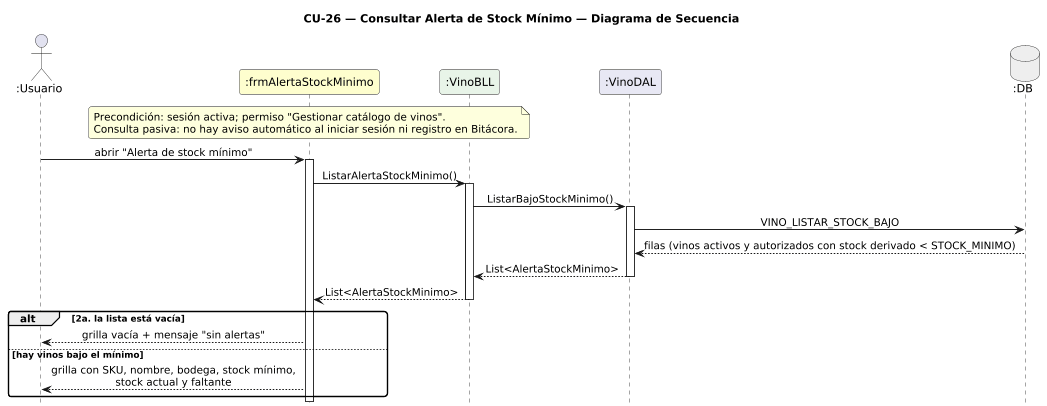
Jesifu/club-de-vinos-td keeps this PlantUML diagram as DIAGRAMAS/DiagramaSecuencia_CU26_ConsultarAlertaStockMinimo.png. Above is the earlier version. Its source is kept beside it as DIAGRAMAS/DiagramaSecuencia_CU26_ConsultarAlertaStockMinimo.puml.
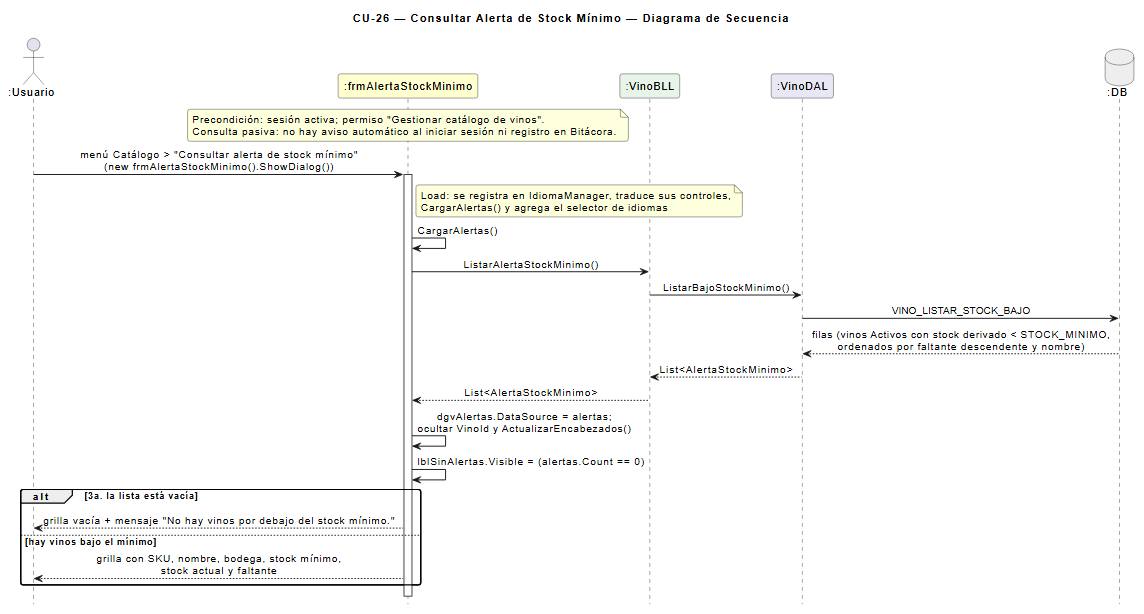
After the commit.

What changed in the source:
```diff
@@ -20,21 +20,25 @@
   Consulta pasiva: no hay aviso automático al iniciar sesión ni registro en Bitácora.
 end note
 
-U -> FA : abrir "Alerta de stock mínimo"
+U -> FA : menú Catálogo > "Consultar alerta de stock mínimo"\n(new frmAlertaStockMinimo().ShowDialog())
 activate FA
+note right of FA
+  Load: se registra en IdiomaManager, traduce sus controles,
+  CargarAlertas() y agrega el selector de idiomas
+end note
+
+FA -> FA : CargarAlertas()
 FA -> VB : ListarAlertaStockMinimo()
-activate VB
 VB -> VD : ListarBajoStockMinimo()
-activate VD
 VD -> DB : VINO_LISTAR_STOCK_BAJO
-DB --> VD : filas (vinos activos y autorizados con stock derivado < STOCK_MINIMO)
+DB --> VD : filas (vinos Activos con stock derivado < STOCK_MINIMO,\nordenados por faltante descendente y nombre)
 VD --> VB : List<AlertaStockMinimo>
-deactivate VD
 VB --> FA : List<AlertaStockMinimo>
-deactivate VB
+FA -> FA : dgvAlertas.DataSource = alertas;\nocultar VinoId y ActualizarEncabezados()
+FA -> FA : lblSinAlertas.Visible = (alertas.Count == 0)
 
-alt 2a. la lista está vacía
-  FA --> U : grilla vacía + mensaje "sin alertas"
+alt 3a. la lista está vacía
+  FA --> U : grilla vacía + mensaje "No hay vinos por debajo del stock mínimo."
 else hay vinos bajo el mínimo
   FA --> U : grilla con SKU, nombre, bodega, stock mínimo,\nstock actual y faltante
 end
```
